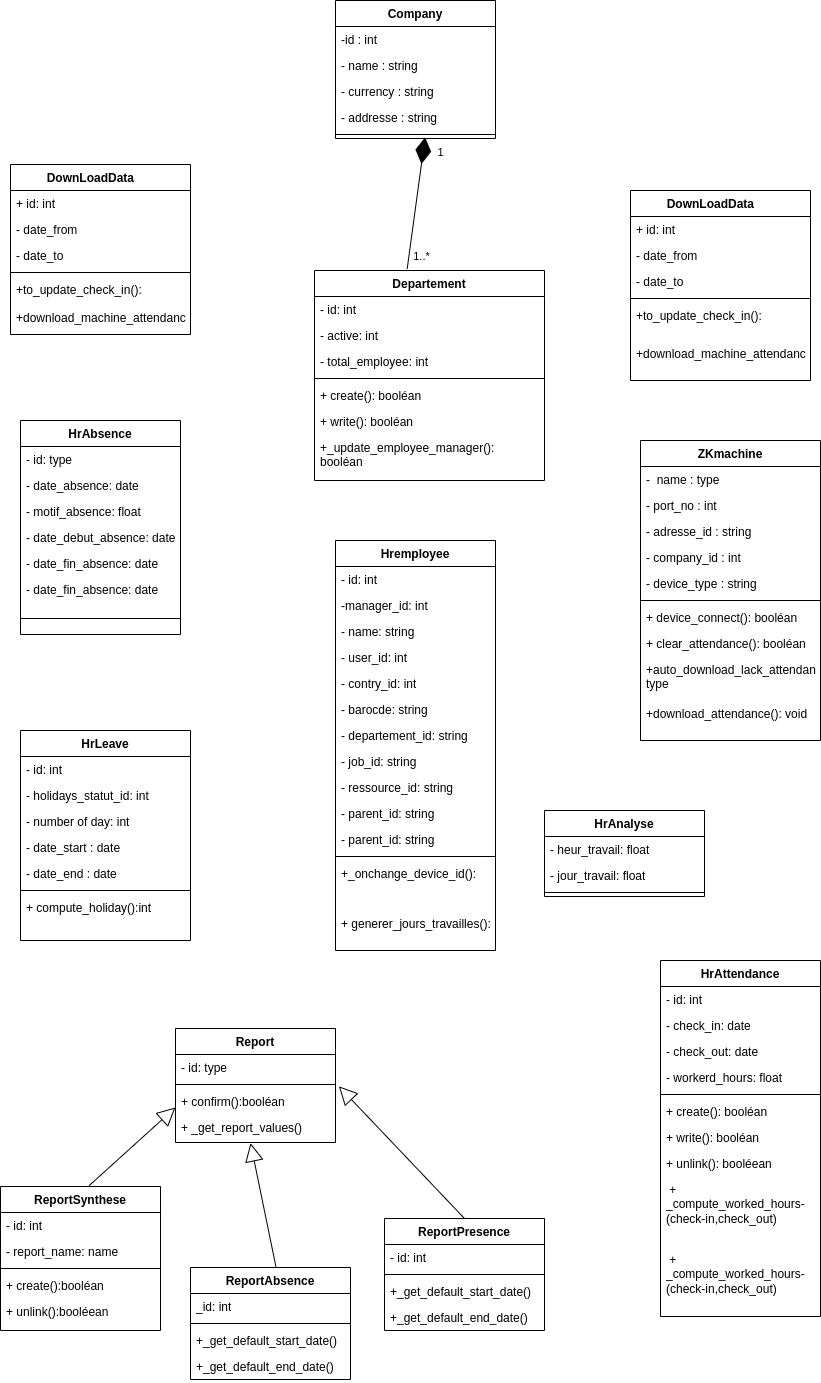
Siluearsene/borne_biometrique keeps this draw.io diagram as static/Diagramme de classe.drawio.png. Above is the earlier version. Source tidied: cells renumbered, new cells last; positions are measured from the earlier drawing's top-left corner, leaving out a move shared by most shapes.
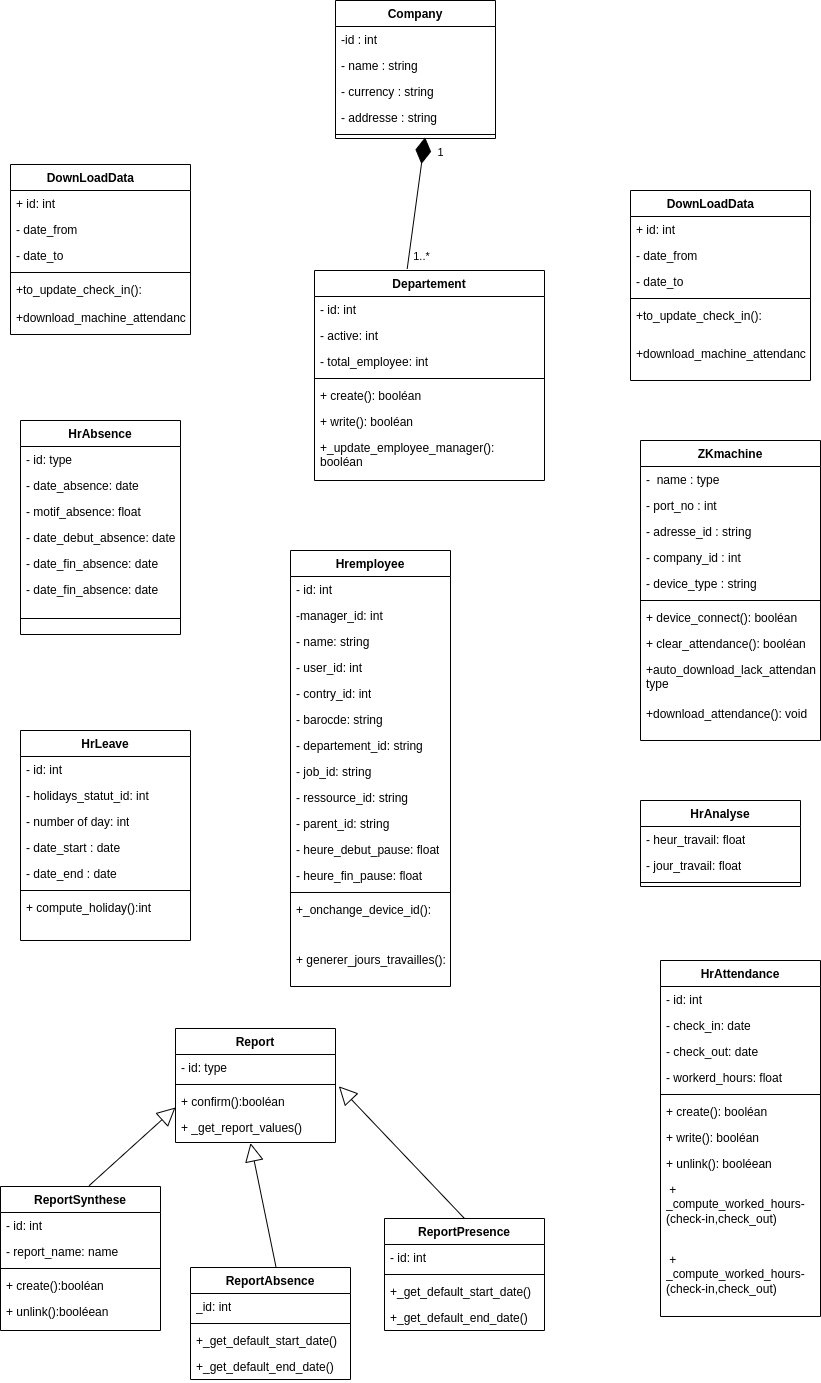
The same file after the commit.

Commit message:
Mettre à jour Diagramme de classe.drawio.png

Diff of the diagram source:
```diff
@@ -84,7 +84,7 @@
       <mxGeometry y="164" width="170" height="46" as="geometry" />
     </mxCell>
     <mxCell id="29" value="HrAnalyse" style="swimlane;fontStyle=1;align=center;verticalAlign=top;horizontal=1;startSize=26;whiteSpace=wrap;html=1;" parent="1" vertex="1">
-      <mxGeometry x="544" y="810" width="160" height="86" as="geometry" />
+      <mxGeometry x="640" y="800" width="160" height="86" as="geometry" />
     </mxCell>
     <mxCell id="30" value="- heur_travail: float" style="text;strokeColor=none;fillColor=none;align=left;verticalAlign=top;spacingLeft=4;spacingRight=4;overflow=hidden;whiteSpace=wrap;html=1;" parent="29" vertex="1">
       <mxGeometry y="26" width="160" height="26" as="geometry" />
@@ -96,7 +96,7 @@
       <mxGeometry y="78" width="160" height="8" as="geometry" />
     </mxCell>
     <mxCell id="33" value="Hremployee" style="swimlane;fontStyle=1;align=center;verticalAlign=top;horizontal=1;startSize=26;whiteSpace=wrap;html=1;" parent="1" vertex="1">
-      <mxGeometry x="335" y="540" width="160" height="410" as="geometry" />
+      <mxGeometry x="290" y="550" width="160" height="436" as="geometry" />
     </mxCell>
     <mxCell id="34" value="- id: int" style="text;strokeColor=none;fillColor=none;align=left;verticalAlign=top;spacingLeft=4;spacingRight=4;overflow=hidden;whiteSpace=wrap;html=1;" parent="33" vertex="1">
       <mxGeometry y="26" width="160" height="26" as="geometry" />
@@ -128,17 +128,20 @@
     <mxCell id="43" value="- parent_id: string" style="text;strokeColor=none;fillColor=none;align=left;verticalAlign=top;spacingLeft=4;spacingRight=4;overflow=hidden;whiteSpace=wrap;html=1;" parent="33" vertex="1">
       <mxGeometry y="260" width="160" height="26" as="geometry" />
     </mxCell>
-    <mxCell id="44" value="- parent_id: string" style="text;strokeColor=none;fillColor=none;align=left;verticalAlign=top;spacingLeft=4;spacingRight=4;overflow=hidden;whiteSpace=wrap;html=1;" parent="33" vertex="1">
+    <mxCell id="44" value="- heure_debut_pause: float" style="text;strokeColor=none;fillColor=none;align=left;verticalAlign=top;spacingLeft=4;spacingRight=4;overflow=hidden;whiteSpace=wrap;html=1;" parent="33" vertex="1">
       <mxGeometry y="286" width="160" height="26" as="geometry" />
     </mxCell>
+    <mxCell id="114" value="- heure_fin_pause: float" style="text;strokeColor=none;fillColor=none;align=left;verticalAlign=top;spacingLeft=4;spacingRight=4;overflow=hidden;whiteSpace=wrap;html=1;" parent="33" vertex="1">
+      <mxGeometry y="312" width="160" height="26" as="geometry" />
+    </mxCell>
     <mxCell id="45" style="line;strokeWidth=1;fillColor=none;align=left;verticalAlign=middle;spacingTop=-1;spacingLeft=3;spacingRight=3;labelPosition=right;strokeColor=inherit;" parent="33" vertex="1">
-      <mxGeometry y="312" width="160" height="8" as="geometry" />
+      <mxGeometry y="338" width="160" height="8" as="geometry" />
     </mxCell>
     <mxCell id="46" value="+_onchange_device_id()&lt;span style=&quot;background-color: initial;&quot;&gt;:&lt;/span&gt;" style="text;strokeColor=none;fillColor=none;align=left;verticalAlign=top;spacingLeft=4;spacingRight=4;overflow=hidden;whiteSpace=wrap;html=1;" parent="33" vertex="1">
-      <mxGeometry y="320" width="160" height="50" as="geometry" />
+      <mxGeometry y="346" width="160" height="50" as="geometry" />
     </mxCell>
     <mxCell id="47" value="+&amp;nbsp;generer_jours_travailles():" style="text;strokeColor=none;fillColor=none;align=left;verticalAlign=top;spacingLeft=4;spacingRight=4;overflow=hidden;whiteSpace=wrap;html=1;" parent="33" vertex="1">
-      <mxGeometry y="370" width="160" height="40" as="geometry" />
+      <mxGeometry y="396" width="160" height="40" as="geometry" />
     </mxCell>
     <mxCell id="48" value="HrAttendance" style="swimlane;fontStyle=1;align=center;verticalAlign=top;horizontal=1;startSize=26;whiteSpace=wrap;html=1;" parent="1" vertex="1">
       <mxGeometry x="660" y="960" width="160" height="356" as="geometry" />
```
